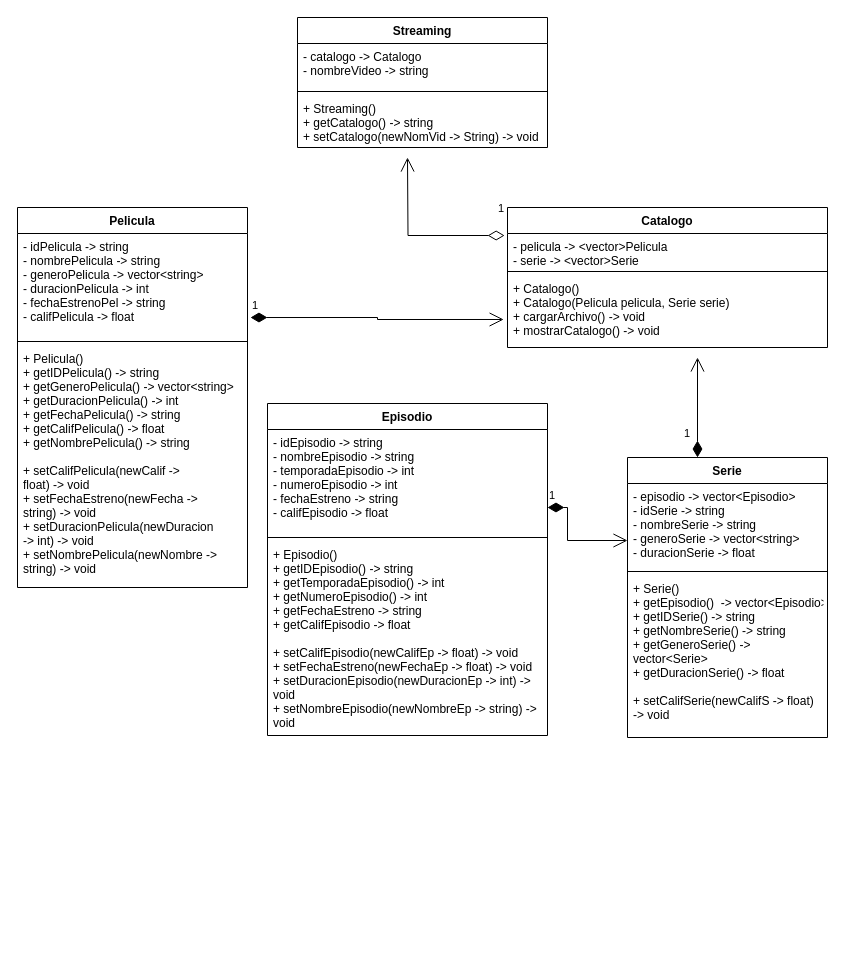
Before: DiagramaComposicionyAgregacion.drawio in FJ22-TC1030/proyectointegrador-a01754574, a draw.io diagram. Source tidied: cells renumbered, new cells numbered last; positions are measured from the earlier drawing's top-left corner, leaving out a move shared by most shapes. Both pictures are drawn from the tidied source at 100%, with x=0, y=0 at pixel (17, 17).
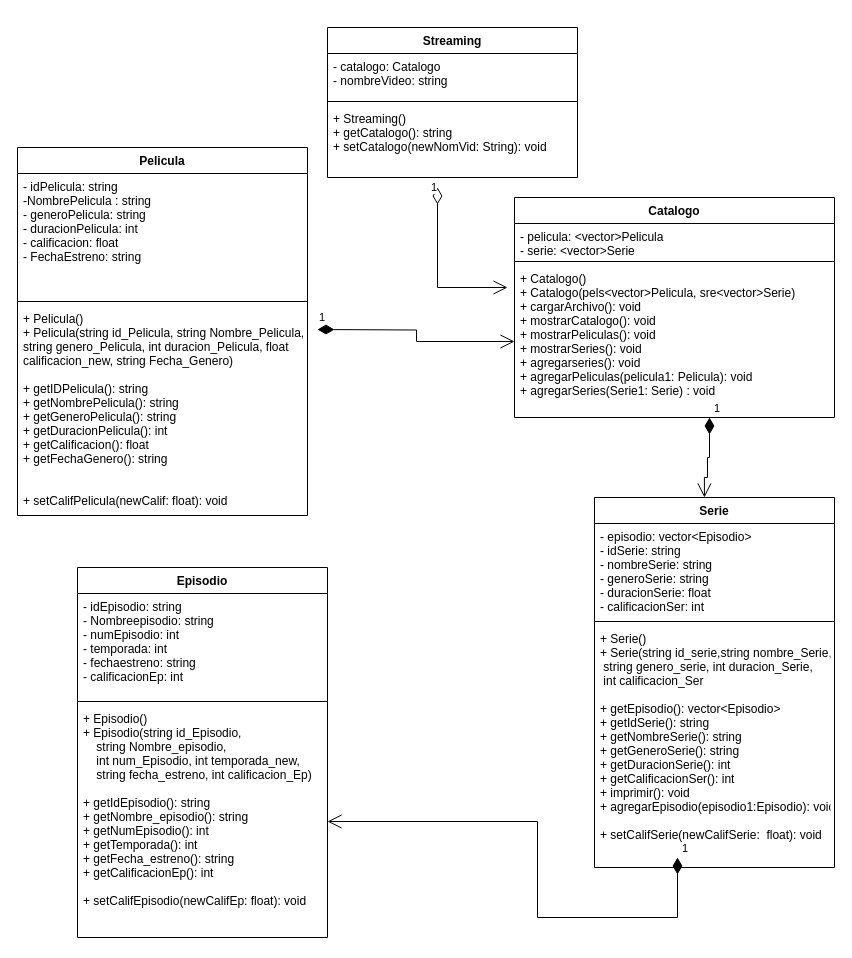
Above is the later version.

Diff of the diagram source:
```diff
@@
     <mxCell id="2" value="Streaming" style="swimlane;fontStyle=1;align=center;verticalAlign=top;horizontal=1;startSize=26;" parent="1" vertex="1">
-      <mxGeometry x="280" width="250" height="130" as="geometry" />
+      <mxGeometry x="310" y="10" width="250" height="150" as="geometry" />
     </mxCell>
-    <mxCell id="3" value="- catalogo -&gt; Catalogo&#10;- nombreVideo -&gt; string" style="text;strokeColor=none;fillColor=none;align=left;verticalAlign=top;spacingLeft=4;spacingRight=4;overflow=hidden;" parent="2" vertex="1">
-      <mxGeometry y="26" width="250" height="44" as="geometry" />
-    </mxCell>
+    <mxCell id="26" value="- catalogo: Catalogo&#10;- nombreVideo: string" style="text;strokeColor=none;fillColor=none;align=left;verticalAlign=top;spacingLeft=4;spacingRight=4;overflow=hidden;" parent="2" vertex="1">
+      <mxGeometry y="26" width="250" height="44" as="geometry" />
+    </mxCell>
@@
-    <mxCell id="5" value="+ Streaming()&#10;+ getCatalogo() -&gt; string&#10;+ setCatalogo(newNomVid -&gt; String) -&gt; void&#10;" style="text;strokeColor=none;fillColor=none;align=left;verticalAlign=top;spacingLeft=4;spacingRight=4;overflow=hidden;" parent="2" vertex="1">
-      <mxGeometry y="78" width="250" height="52" as="geometry" />
-    </mxCell>
+    <mxCell id="27" value="+ Streaming()&#10;+ getCatalogo(): string&#10;+ setCatalogo(newNomVid: String): void&#10;&#10;" style="text;strokeColor=none;fillColor=none;align=left;verticalAlign=top;spacingLeft=4;spacingRight=4;overflow=hidden;" parent="2" vertex="1">
+      <mxGeometry y="78" width="250" height="72" as="geometry" />
+    </mxCell>
     <mxCell id="6" value="Pelicula" style="swimlane;fontStyle=1;align=center;verticalAlign=top;horizontal=1;startSize=26;" parent="1" vertex="1">
-      <mxGeometry y="190" width="230" height="380" as="geometry" />
+      <mxGeometry y="130" width="290" height="368" as="geometry" />
     </mxCell>
-    <mxCell id="7" value="- idPelicula -&gt; string&#10;- nombrePelicula -&gt; string&#10;- generoPelicula -&gt; vector&lt;string&gt;&#10;- duracionPelicula -&gt; int&#10;- fechaEstrenoPel -&gt; string&#10;- califPelicula -&gt; float" style="text;strokeColor=none;fillColor=none;align=left;verticalAlign=top;spacingLeft=4;spacingRight=4;overflow=hidden;points=[[0,0.5],[1,0.5]];portConstraint=eastwest;" parent="6" vertex="1">
-      <mxGeometry y="26" width="230" height="104" as="geometry" />
-    </mxCell>
-    <mxCell id="8" style="line;strokeWidth=1;fillColor=none;align=left;verticalAlign=middle;spacingTop=-1;spacingLeft=3;spacingRight=3;labelPosition=right;" parent="6" vertex="1">
-      <mxGeometry y="130" width="230" height="8" as="geometry" />
-    </mxCell>
-    <mxCell id="9" value="+ Pelicula()&#10;+ getIDPelicula() -&gt; string&#10;+ getGeneroPelicula() -&gt; vector&lt;string&gt;&#10;+ getDuracionPelicula() -&gt; int&#10;+ getFechaPelicula() -&gt; string&#10;+ getCalifPelicula() -&gt; float&#10;+ getNombrePelicula() -&gt; string&#10;&#10;+ setCalifPelicula(newCalif -&gt;&#10;float) -&gt; void&#10;+ setFechaEstreno(newFecha -&gt; &#10;string) -&gt; void&#10;+ setDuracionPelicula(newDuracion&#10;-&gt; int) -&gt; void&#10;+ setNombrePelicula(newNombre -&gt;&#10;string) -&gt; void&#10;&#10;" style="text;strokeColor=none;fillColor=none;align=left;verticalAlign=top;spacingLeft=4;spacingRight=4;overflow=hidden;" parent="6" vertex="1">
-      <mxGeometry y="138" width="230" height="242" as="geometry" />
-    </mxCell>
+    <mxCell id="28" value="- idPelicula: string&#10;-NombrePelicula : string&#10;- generoPelicula: string&#10;- duracionPelicula: int&#10;- calificacion: float&#10;- FechaEstreno: string&#10;" style="text;strokeColor=none;fillColor=none;align=left;verticalAlign=top;spacingLeft=4;spacingRight=4;overflow=hidden;" parent="6" vertex="1">
+      <mxGeometry y="26" width="290" height="124" as="geometry" />
+    </mxCell>
+    <mxCell id="29" style="line;strokeWidth=1;fillColor=none;align=left;verticalAlign=middle;spacingTop=-1;spacingLeft=3;spacingRight=3;labelPosition=right;" parent="6" vertex="1">
+      <mxGeometry y="150" width="290" height="8" as="geometry" />
+    </mxCell>
+    <mxCell id="30" value="+ Pelicula()&#10;+ Pelicula(string id_Pelicula, string Nombre_Pelicula,&#10;string genero_Pelicula, int duracion_Pelicula, float&#10;calificacion_new, string Fecha_Genero)&#10;&#10;+ getIDPelicula(): string&#10;+ getNombrePelicula(): string&#10;+ getGeneroPelicula(): string&#10;+ getDuracionPelicula(): int&#10;+ getCalificacion(): float&#10;+ getFechaGenero(): string&#10;&#10;&#10;+ setCalifPelicula(newCalif: float): void&#10;&#10;" style="text;strokeColor=none;fillColor=none;align=left;verticalAlign=top;spacingLeft=4;spacingRight=4;overflow=hidden;" parent="6" vertex="1">
+      <mxGeometry y="158" width="290" height="210" as="geometry" />
+    </mxCell>
     <mxCell id="10" value="Catalogo" style="swimlane;fontStyle=1;align=center;verticalAlign=top;horizontal=1;startSize=26;" parent="1" vertex="1">
-      <mxGeometry x="490" y="190" width="320" height="140" as="geometry" />
+      <mxGeometry x="497" y="180" width="320" height="220" as="geometry" />
     </mxCell>
-    <mxCell id="11" value="- pelicula -&gt; &lt;vector&gt;Pelicula&#10;- serie -&gt; &lt;vector&gt;Serie" style="text;strokeColor=none;fillColor=none;align=left;verticalAlign=top;spacingLeft=4;spacingRight=4;overflow=hidden;points=[[0,0.5],[1,0.5]];portConstraint=eastwest;" parent="10" vertex="1">
-      <mxGeometry y="26" width="320" height="34" as="geometry" />
-    </mxCell>
+    <mxCell id="31" value="- pelicula: &lt;vector&gt;Pelicula&#10;- serie: &lt;vector&gt;Serie" style="text;strokeColor=none;fillColor=none;align=left;verticalAlign=top;spacingLeft=4;spacingRight=4;overflow=hidden;" parent="10" vertex="1">
+      <mxGeometry y="26" width="320" height="34" as="geometry" />
+    </mxCell>
@@
-    <mxCell id="13" value="+ Catalogo()&#10;+ Catalogo(Pelicula pelicula, Serie serie)&#10;+ cargarArchivo() -&gt; void&#10;+ mostrarCatalogo() -&gt; void" style="text;strokeColor=none;fillColor=none;align=left;verticalAlign=top;spacingLeft=4;spacingRight=4;overflow=hidden;points=[[0,0.5],[1,0.5]];portConstraint=eastwest;" parent="10" vertex="1">
-      <mxGeometry y="68" width="320" height="72" as="geometry" />
-    </mxCell>
+    <mxCell id="32" value="+ Catalogo()&#10;+ Catalogo(pels&lt;vector&gt;Pelicula, sre&lt;vector&gt;Serie)&#10;+ cargarArchivo(): void&#10;+ mostrarCatalogo(): void&#10;+ mostrarPeliculas(): void&#10;+ mostrarSeries(): void&#10;+ agregarseries(): void&#10;+ agregarPeliculas(pelicula1: Pelicula): void&#10;+ agregarSeries(Serie1: Serie) : void" style="text;strokeColor=none;fillColor=none;align=left;verticalAlign=top;spacingLeft=4;spacingRight=4;overflow=hidden;points=[[0,0.5],[1,0.5]];portConstraint=eastwest;" parent="10" vertex="1">
+      <mxGeometry y="68" width="320" height="152" as="geometry" />
+    </mxCell>
     <mxCell id="14" value="Episodio" style="swimlane;fontStyle=1;align=center;verticalAlign=top;horizontal=1;startSize=26;" parent="1" vertex="1">
-      <mxGeometry x="250" y="386" width="280" height="332" as="geometry" />
+      <mxGeometry x="60" y="550" width="250" height="370" as="geometry" />
     </mxCell>
-    <mxCell id="15" value="- idEpisodio -&gt; string&#10;- nombreEpisodio -&gt; string&#10;- temporadaEpisodio -&gt; int&#10;- numeroEpisodio -&gt; int&#10;- fechaEstreno -&gt; string&#10;- califEpisodio -&gt; float" style="text;strokeColor=none;fillColor=none;align=left;verticalAlign=top;spacingLeft=4;spacingRight=4;overflow=hidden;" parent="14" vertex="1">
-      <mxGeometry y="26" width="280" height="104" as="geometry" />
-    </mxCell>
-    <mxCell id="16" style="line;strokeWidth=1;fillColor=none;align=left;verticalAlign=middle;spacingTop=-1;spacingLeft=3;spacingRight=3;labelPosition=right;" parent="14" vertex="1">
-      <mxGeometry y="130" width="280" height="8" as="geometry" />
-    </mxCell>
-    <mxCell id="17" value="+ Episodio()&#10;+ getIDEpisodio() -&gt; string&#10;+ getTemporadaEpisodio() -&gt; int&#10;+ getNumeroEpisodio() -&gt; int&#10;+ getFechaEstreno -&gt; string&#10;+ getCalifEpisodio -&gt; float&#10;&#10;+ setCalifEpisodio(newCalifEp -&gt; float) -&gt; void&#10;+ setFechaEstreno(newFechaEp -&gt; float) -&gt; void&#10;+ setDuracionEpisodio(newDuracionEp -&gt; int) -&gt;&#10;void&#10;+ setNombreEpisodio(newNombreEp -&gt; string) -&gt; &#10;void" style="text;strokeColor=none;fillColor=none;align=left;verticalAlign=top;spacingLeft=4;spacingRight=4;overflow=hidden;" parent="14" vertex="1">
-      <mxGeometry y="138" width="280" height="194" as="geometry" />
-    </mxCell>
+    <mxCell id="33" value="- idEpisodio: string&#10;- Nombreepisodio: string&#10;- numEpisodio: int&#10;- temporada: int&#10;- fechaestreno: string&#10;- calificacionEp: int&#10;" style="text;strokeColor=none;fillColor=none;align=left;verticalAlign=top;spacingLeft=4;spacingRight=4;overflow=hidden;" parent="14" vertex="1">
+      <mxGeometry y="26" width="250" height="104" as="geometry" />
+    </mxCell>
+    <mxCell id="34" style="line;strokeWidth=1;fillColor=none;align=left;verticalAlign=middle;spacingTop=-1;spacingLeft=3;spacingRight=3;labelPosition=right;" parent="14" vertex="1">
+      <mxGeometry y="130" width="250" height="8" as="geometry" />
+    </mxCell>
+    <mxCell id="35" value="+ Episodio()&#10;+ Episodio(string id_Episodio, &#10;    string Nombre_episodio,&#10;    int num_Episodio, int temporada_new, &#10;    string fecha_estreno, int calificacion_Ep)&#10;&#10;+ getIdEpisodio(): string&#10;+ getNombre_episodio(): string&#10;+ getNumEpisodio(): int&#10;+ getTemporada(): int&#10;+ getFecha_estreno(): string&#10;+ getCalificacionEp(): int&#10;&#10;+ setCalifEpisodio(newCalifEp: float): void" style="text;strokeColor=none;fillColor=none;align=left;verticalAlign=top;spacingLeft=4;spacingRight=4;overflow=hidden;points=[[0,0.5],[1,0.5]];portConstraint=eastwest;" parent="14" vertex="1">
+      <mxGeometry y="138" width="250" height="232" as="geometry" />
+    </mxCell>
     <mxCell id="18" value="Serie" style="swimlane;fontStyle=1;align=center;verticalAlign=top;horizontal=1;startSize=26;" parent="1" vertex="1">
-      <mxGeometry x="610" y="440" width="200" height="280" as="geometry" />
+      <mxGeometry x="577" y="480" width="240" height="370" as="geometry" />
     </mxCell>
-    <mxCell id="19" value="- episodio -&gt; vector&lt;Episodio&gt;&#10;- idSerie -&gt; string&#10;- nombreSerie -&gt; string&#10;- generoSerie -&gt; vector&lt;string&gt;&#10;- duracionSerie -&gt; float" style="text;strokeColor=none;fillColor=none;align=left;verticalAlign=top;spacingLeft=4;spacingRight=4;overflow=hidden;" parent="18" vertex="1">
-      <mxGeometry y="26" width="200" height="84" as="geometry" />
-    </mxCell>
-    <mxCell id="20" style="line;strokeWidth=1;fillColor=none;align=left;verticalAlign=middle;spacingTop=-1;spacingLeft=3;spacingRight=3;labelPosition=right;" parent="18" vertex="1">
-      <mxGeometry y="110" width="200" height="8" as="geometry" />
-    </mxCell>
-    <mxCell id="21" value="+ Serie()&#10;+ getEpisodio()  -&gt; vector&lt;Episodio&gt;&#10;+ getIDSerie() -&gt; string&#10;+ getNombreSerie() -&gt; string&#10;+ getGeneroSerie() -&gt; &#10;vector&lt;Serie&gt;&#10;+ getDuracionSerie() -&gt; float&#10;&#10;+ setCalifSerie(newCalifS -&gt; float) &#10;-&gt; void&#10;&#10;" style="text;strokeColor=none;fillColor=none;align=left;verticalAlign=top;spacingLeft=4;spacingRight=4;overflow=hidden;" parent="18" vertex="1">
-      <mxGeometry y="118" width="200" height="162" as="geometry" />
-    </mxCell>
-    <mxCell id="22" value="1" style="endArrow=open;html=1;endSize=12;startArrow=diamondThin;startSize=14;startFill=1;edgeStyle=orthogonalEdgeStyle;align=left;verticalAlign=bottom;rounded=0;" parent="1" edge="1">
-      <mxGeometry x="-1" y="3" relative="1" as="geometry">
-        <mxPoint x="530" y="490" as="sourcePoint" />
-        <mxPoint x="610" y="523" as="targetPoint" />
-        <Array as="points">
-          <mxPoint x="550" y="490" />
-          <mxPoint x="550" y="523" />
-        </Array>
-      </mxGeometry>
-    </mxCell>
-    <mxCell id="23" value="1" style="endArrow=open;html=1;endSize=12;startArrow=diamondThin;startSize=14;startFill=1;edgeStyle=orthogonalEdgeStyle;align=left;verticalAlign=bottom;rounded=0;" parent="1" edge="1">
-      <mxGeometry x="-0.71" y="15" relative="1" as="geometry">
-        <mxPoint x="680" y="440" as="sourcePoint" />
-        <mxPoint x="680" y="340" as="targetPoint" />
-      </mxGeometry>
-    </mxCell>
-    <mxCell id="24" value="1" style="endArrow=open;html=1;endSize=12;startArrow=diamondThin;startSize=14;startFill=0;edgeStyle=orthogonalEdgeStyle;align=left;verticalAlign=bottom;rounded=0;exitX=-0.009;exitY=0.059;exitDx=0;exitDy=0;exitPerimeter=0;" parent="1" edge="1" source="11">
-      <mxGeometry x="-0.91" y="-18" relative="1" as="geometry">
-        <mxPoint x="390" y="140" as="targetPoint" />
-      </mxGeometry>
-    </mxCell>
-    <mxCell id="25" value="1" style="endArrow=open;html=1;endSize=12;startArrow=diamondThin;startSize=14;startFill=1;edgeStyle=orthogonalEdgeStyle;align=left;verticalAlign=bottom;rounded=0;exitX=1.013;exitY=0.808;exitDx=0;exitDy=0;exitPerimeter=0;entryX=-0.012;entryY=0.611;entryDx=0;entryDy=0;entryPerimeter=0;" parent="1" edge="1" source="7" target="13">
-      <mxGeometry x="-1" y="3" relative="1" as="geometry" />
-    </mxCell>
+    <mxCell id="36" value="- episodio: vector&lt;Episodio&gt;&#10;- idSerie: string&#10;- nombreSerie: string&#10;- generoSerie: string&#10;- duracionSerie: float&#10;- calificacionSer: int" style="text;strokeColor=none;fillColor=none;align=left;verticalAlign=top;spacingLeft=4;spacingRight=4;overflow=hidden;" parent="18" vertex="1">
+      <mxGeometry y="26" width="240" height="94" as="geometry" />
+    </mxCell>
+    <mxCell id="37" style="line;strokeWidth=1;fillColor=none;align=left;verticalAlign=middle;spacingTop=-1;spacingLeft=3;spacingRight=3;labelPosition=right;" parent="18" vertex="1">
+      <mxGeometry y="120" width="240" height="8" as="geometry" />
+    </mxCell>
+    <mxCell id="38" value="+ Serie()&#10;+ Serie(string id_serie,string nombre_Serie,&#10; string genero_serie, int duracion_Serie, &#10; int calificacion_Ser&#10;&#10;+ getEpisodio(): vector&lt;Episodio&gt;&#10;+ getIdSerie(): string&#10;+ getNombreSerie(): string&#10;+ getGeneroSerie(): string&#10;+ getDuracionSerie(): int&#10;+ getCalificacionSer(): int&#10;+ imprimir(): void&#10;+ agregarEpisodio(episodio1:Episodio): void&#10;&#10;+ setCalifSerie(newCalifSerie:  float): void&#10;" style="text;strokeColor=none;fillColor=none;align=left;verticalAlign=top;spacingLeft=4;spacingRight=4;overflow=hidden;" parent="18" vertex="1">
+      <mxGeometry y="128" width="240" height="242" as="geometry" />
+    </mxCell>
+    <mxCell id="39" value="1" style="endArrow=open;html=1;endSize=12;startArrow=diamondThin;startSize=14;startFill=0;edgeStyle=orthogonalEdgeStyle;align=left;verticalAlign=bottom;rounded=0;" parent="1" edge="1">
+      <mxGeometry x="-0.89" y="-8" relative="1" as="geometry">
+        <mxPoint x="420" y="170" as="sourcePoint" />
+        <mxPoint x="490" y="270" as="targetPoint" />
+        <Array as="points">
+          <mxPoint x="420" y="270" />
+        </Array>
+      </mxGeometry>
+    </mxCell>
+    <mxCell id="40" value="1" style="endArrow=open;html=1;endSize=12;startArrow=diamondThin;startSize=14;startFill=1;edgeStyle=orthogonalEdgeStyle;align=left;verticalAlign=bottom;rounded=0;entryX=0;entryY=0.5;entryDx=0;entryDy=0;" parent="1" edge="1" target="32">
+      <mxGeometry x="-1" y="3" relative="1" as="geometry">
+        <mxPoint x="300" y="312" as="sourcePoint" />
+      </mxGeometry>
+    </mxCell>
+    <mxCell id="41" value="1" style="endArrow=open;html=1;endSize=12;startArrow=diamondThin;startSize=14;startFill=1;edgeStyle=orthogonalEdgeStyle;align=left;verticalAlign=bottom;rounded=0;" parent="1" edge="1" target="35">
+      <mxGeometry x="-1" y="3" relative="1" as="geometry">
+        <mxPoint x="660" y="840" as="sourcePoint" />
+        <Array as="points">
+          <mxPoint x="660" y="900" />
+          <mxPoint x="520" y="900" />
+        </Array>
+      </mxGeometry>
+    </mxCell>
+    <mxCell id="42" value="1" style="endArrow=open;html=1;endSize=12;startArrow=diamondThin;startSize=14;startFill=1;edgeStyle=orthogonalEdgeStyle;align=left;verticalAlign=bottom;rounded=0;entryX=0.458;entryY=0;entryDx=0;entryDy=0;entryPerimeter=0;" parent="1" edge="1" target="18">
+      <mxGeometry x="-1" y="3" relative="1" as="geometry">
+        <mxPoint x="692" y="400" as="sourcePoint" />
+        <Array as="points">
+          <mxPoint x="692" y="440" />
+          <mxPoint x="690" y="440" />
+          <mxPoint x="690" y="460" />
+          <mxPoint x="687" y="460" />
+        </Array>
+      </mxGeometry>
+    </mxCell>
```
